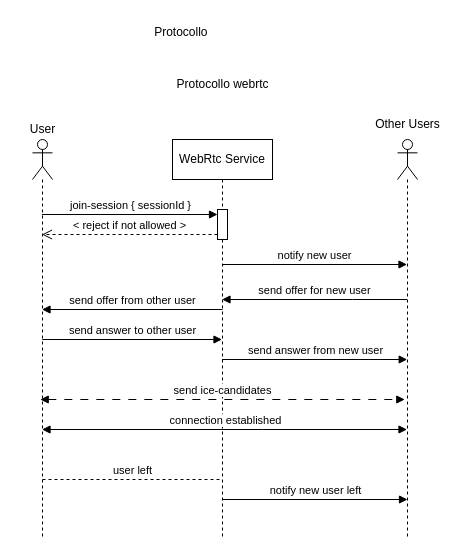
Earlier version of the draw.io diagram page "Multimedia" (7 of 7) of resources/piperchat.drawio (zucchero-sintattico/piperchat). Source tidied: cells renumbered, new cells numbered last; positions are measured from the earlier drawing's top-left corner, leaving out a move shared by most shapes. Both pictures are drawn from the tidied source at 100%, with x=0, y=0 at pixel (17, 17).
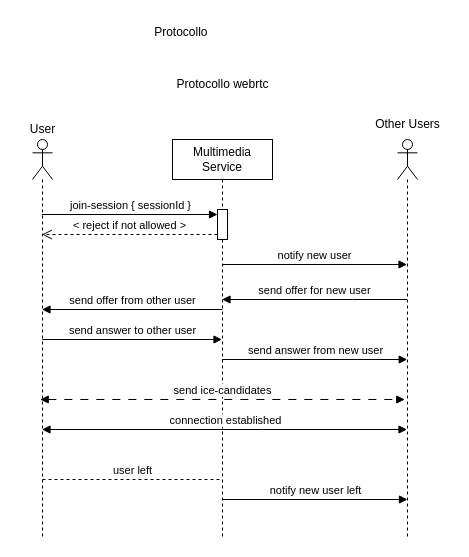
Above is the later version.

Change to the diagram source:
```diff
@@
-    <mxCell id="3" value="WebRtc Service" style="shape=umlLifeline;perimeter=lifelinePerimeter;whiteSpace=wrap;html=1;outlineConnect=0;portConstraint=eastwest;newEdgeStyle={&quot;curved&quot;:0,&quot;rounded&quot;:0};" parent="1" vertex="1">
+    <mxCell id="3" value="Multimedia Service" style="shape=umlLifeline;perimeter=lifelinePerimeter;whiteSpace=wrap;html=1;outlineConnect=0;portConstraint=eastwest;newEdgeStyle={&quot;curved&quot;:0,&quot;rounded&quot;:0};" parent="1" vertex="1">
       <mxGeometry x="155" y="122" width="100" height="400" as="geometry" />
     </mxCell>
```
